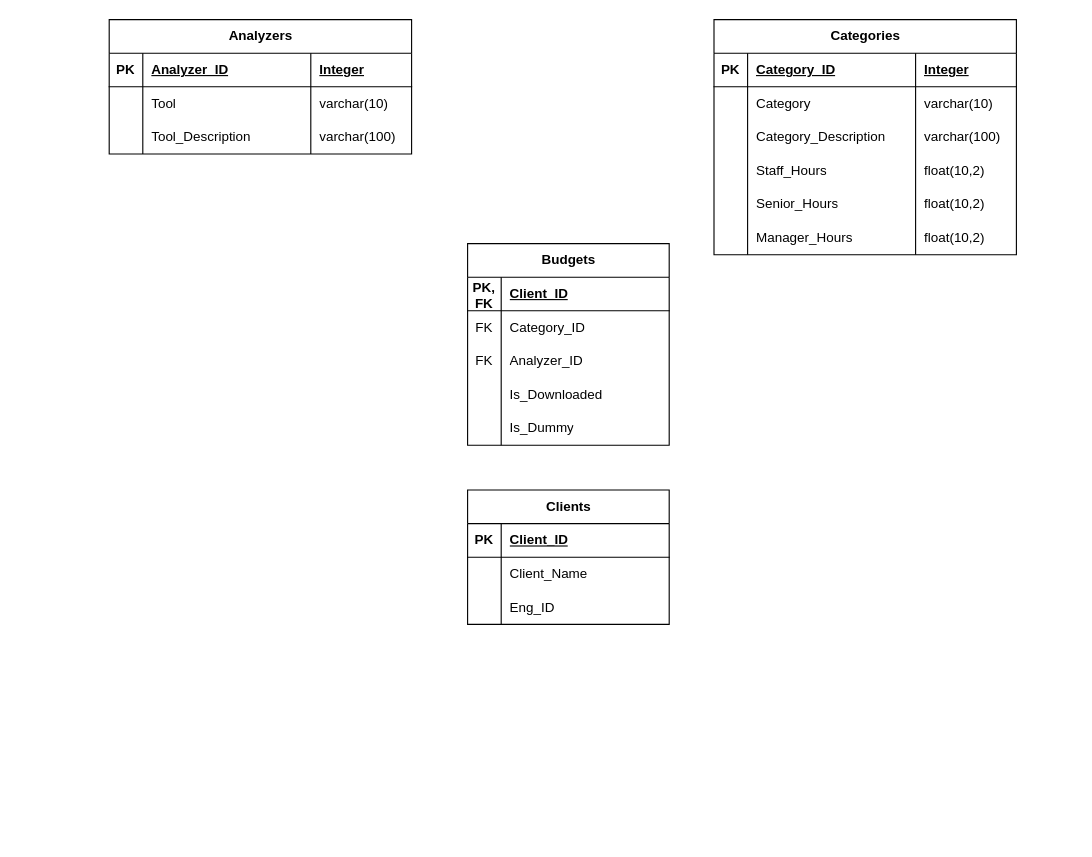
Above: Diagrama sin título.drawio in SultanRS/Client-Budget (draw.io), before the change. Source tidied: cells renumbered, new cells numbered last; positions are measured from the earlier drawing's top-left corner, leaving out a move shared by most shapes. Both pictures are drawn from the tidied source at 112%, with x=0, y=0 at pixel (109, 19).
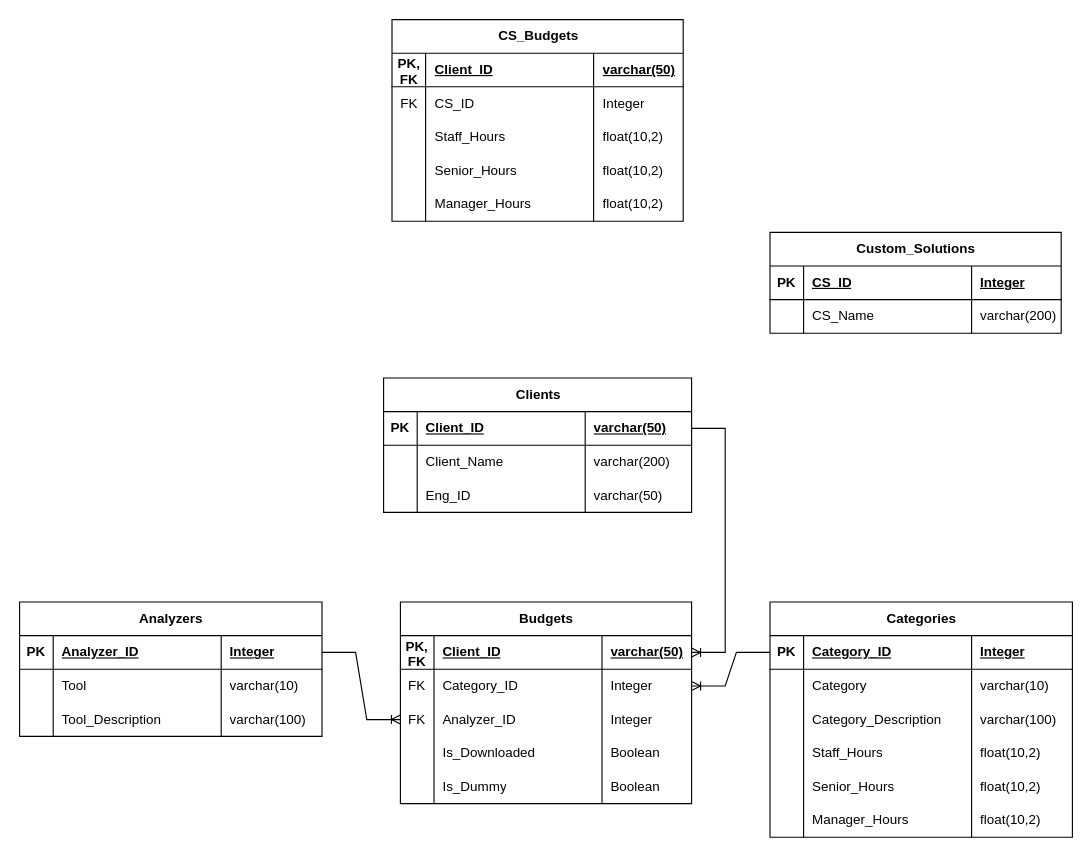
The same page after the edit.

Unchanged cells that the change refers to:
```xml
<mxCell id="13" style="shape=tableRow;horizontal=0;startSize=0;swimlaneHead=0;swimlaneBody=0;fillColor=none;points=[[0,0.5],[1,0.5]];portConstraint=eastwest;top=0;left=0;right=0;bottom=1;" parent="12" vertex="1">
  <mxGeometry y="30" width="270" height="30" as="geometry" />
</mxCell>
<mxCell id="26" style="shape=tableRow;horizontal=0;startSize=0;swimlaneHead=0;swimlaneBody=0;fillColor=none;points=[[0,0.5],[1,0.5]];portConstraint=eastwest;top=0;left=0;right=0;bottom=1;" parent="25" vertex="1">
  <mxGeometry y="30" width="270" height="30" as="geometry" />
</mxCell>
```

Diff of the diagram source:
```diff
@@
     <mxCell id="2" value="Clients" style="shape=table;startSize=30;childLayout=tableLayout;rowLines=0;fontStyle=1;align=center;html=1;" parent="1" vertex="1">
-      <mxGeometry x="320" y="420" width="180" height="120" as="geometry" />
+      <mxGeometry x="245" y="320" width="275" height="120" as="geometry" />
     </mxCell>
     <mxCell id="3" style="shape=tableRow;horizontal=0;startSize=0;swimlaneHead=0;swimlaneBody=0;fillColor=none;points=[[0,0.5],[1,0.5]];portConstraint=eastwest;top=0;left=0;right=0;bottom=1;" parent="2" vertex="1">
-      <mxGeometry y="30" width="180" height="30" as="geometry" />
+      <mxGeometry y="30" width="275" height="30" as="geometry" />
     </mxCell>
@@
+    <mxCell id="66" value="varchar(50)" style="shape=partialRectangle;fillColor=none;top=0;left=0;bottom=0;right=0;align=left;spacingLeft=6;fontStyle=5;overflow=hidden;whiteSpace=wrap;html=1;" parent="3" vertex="1">
+      <mxGeometry x="180" width="95" height="30" as="geometry" />
+    </mxCell>
     <mxCell id="6" style="shape=tableRow;horizontal=0;startSize=0;swimlaneHead=0;swimlaneBody=0;fillColor=none;top=0;left=0;right=0;bottom=0;" parent="2" vertex="1">
-      <mxGeometry y="60" width="180" height="30" as="geometry" />
+      <mxGeometry y="60" width="275" height="30" as="geometry" />
     </mxCell>
@@
+    <mxCell id="67" value="varchar(200)" style="shape=partialRectangle;fillColor=none;top=0;left=0;bottom=0;right=0;align=left;spacingLeft=6;overflow=hidden;whiteSpace=wrap;html=1;" parent="6" vertex="1">
+      <mxGeometry x="180" width="95" height="30" as="geometry" />
+    </mxCell>
     <mxCell id="9" style="shape=tableRow;horizontal=0;startSize=0;swimlaneHead=0;swimlaneBody=0;fillColor=none;top=0;left=0;right=0;bottom=0;" parent="2" vertex="1">
-      <mxGeometry y="90" width="180" height="30" as="geometry" />
+      <mxGeometry y="90" width="275" height="30" as="geometry" />
     </mxCell>
@@
+    <mxCell id="68" value="varchar(50)" style="shape=partialRectangle;fillColor=none;top=0;left=0;bottom=0;right=0;align=left;spacingLeft=6;overflow=hidden;whiteSpace=wrap;html=1;" parent="9" vertex="1">
+      <mxGeometry x="180" width="95" height="30" as="geometry" />
+    </mxCell>
     <mxCell id="12" value="Analyzers" style="shape=table;startSize=30;childLayout=tableLayout;rowLines=0;fontStyle=1;align=center;html=1;" parent="1" vertex="1">
-      <mxGeometry width="270" height="120" as="geometry" />
+      <mxGeometry x="-80" y="520" width="270" height="120" as="geometry" />
     </mxCell>
@@
     <mxCell id="25" value="Categories" style="shape=table;startSize=30;childLayout=tableLayout;rowLines=0;fontStyle=1;align=center;html=1;" parent="1" vertex="1">
-      <mxGeometry x="540" width="270" height="210" as="geometry" />
+      <mxGeometry x="590" y="520" width="270" height="210" as="geometry" />
     </mxCell>
@@
     <mxCell id="50" value="Budgets" style="shape=table;startSize=30;childLayout=tableLayout;rowLines=0;fontStyle=1;align=center;html=1;" parent="1" vertex="1">
-      <mxGeometry x="320" y="200" width="180" height="180" as="geometry" />
+      <mxGeometry x="260" y="520" width="260" height="180" as="geometry" />
     </mxCell>
     <mxCell id="51" style="shape=tableRow;horizontal=0;startSize=0;swimlaneHead=0;swimlaneBody=0;fillColor=none;points=[[0,0.5],[1,0.5]];portConstraint=eastwest;top=0;left=0;right=0;bottom=1;" parent="50" vertex="1">
-      <mxGeometry y="30" width="180" height="30" as="geometry" />
+      <mxGeometry y="30" width="260" height="30" as="geometry" />
     </mxCell>
@@
+    <mxCell id="69" value="varchar(50)" style="shape=partialRectangle;fillColor=none;top=0;left=0;bottom=0;right=0;align=left;spacingLeft=6;fontStyle=5;overflow=hidden;whiteSpace=wrap;html=1;" parent="51" vertex="1">
+      <mxGeometry x="180" width="80" height="30" as="geometry" />
+    </mxCell>
     <mxCell id="54" style="shape=tableRow;horizontal=0;startSize=0;swimlaneHead=0;swimlaneBody=0;fillColor=none;points=[[0,0.5],[1,0.5]];portConstraint=eastwest;top=0;left=0;right=0;bottom=0;" parent="50" vertex="1">
-      <mxGeometry y="60" width="180" height="30" as="geometry" />
+      <mxGeometry y="60" width="260" height="30" as="geometry" />
     </mxCell>
@@
+    <mxCell id="70" value="Integer" style="shape=partialRectangle;fillColor=none;top=0;left=0;bottom=0;right=0;align=left;spacingLeft=6;overflow=hidden;whiteSpace=wrap;html=1;" parent="54" vertex="1">
+      <mxGeometry x="180" width="80" height="30" as="geometry" />
+    </mxCell>
     <mxCell id="57" style="shape=tableRow;horizontal=0;startSize=0;swimlaneHead=0;swimlaneBody=0;fillColor=none;points=[[0,0.5],[1,0.5]];portConstraint=eastwest;top=0;left=0;right=0;bottom=0;" parent="50" vertex="1">
-      <mxGeometry y="90" width="180" height="30" as="geometry" />
+      <mxGeometry y="90" width="260" height="30" as="geometry" />
     </mxCell>
@@
+    <mxCell id="71" value="Integer" style="shape=partialRectangle;fillColor=none;top=0;left=0;bottom=0;right=0;align=left;spacingLeft=6;overflow=hidden;whiteSpace=wrap;html=1;" parent="57" vertex="1">
+      <mxGeometry x="180" width="80" height="30" as="geometry" />
+    </mxCell>
     <mxCell id="60" style="shape=tableRow;horizontal=0;startSize=0;swimlaneHead=0;swimlaneBody=0;fillColor=none;top=0;left=0;right=0;bottom=0;" parent="50" vertex="1">
-      <mxGeometry y="120" width="180" height="30" as="geometry" />
+      <mxGeometry y="120" width="260" height="30" as="geometry" />
     </mxCell>
@@
+    <mxCell id="72" value="Boolean" style="shape=partialRectangle;fillColor=none;top=0;left=0;bottom=0;right=0;align=left;spacingLeft=6;overflow=hidden;whiteSpace=wrap;html=1;" parent="60" vertex="1">
+      <mxGeometry x="180" width="80" height="30" as="geometry" />
+    </mxCell>
     <mxCell id="63" style="shape=tableRow;horizontal=0;startSize=0;swimlaneHead=0;swimlaneBody=0;fillColor=none;top=0;left=0;right=0;bottom=0;" parent="50" vertex="1">
-      <mxGeometry y="150" width="180" height="30" as="geometry" />
+      <mxGeometry y="150" width="260" height="30" as="geometry" />
     </mxCell>
@@
+    <mxCell id="73" value="Boolean" style="shape=partialRectangle;fillColor=none;top=0;left=0;bottom=0;right=0;align=left;spacingLeft=6;overflow=hidden;whiteSpace=wrap;html=1;" parent="63" vertex="1">
+      <mxGeometry x="180" width="80" height="30" as="geometry" />
+    </mxCell>
+    <mxCell id="74" style="edgeStyle=entityRelationEdgeStyle;fontSize=12;html=1;endArrow=ERoneToMany;rounded=0;exitX=1;exitY=0.5;exitDx=0;exitDy=0;entryX=0;entryY=0.5;entryDx=0;entryDy=0;" parent="1" edge="1" source="13" target="57">
+      <mxGeometry relative="1" as="geometry" />
+    </mxCell>
+    <mxCell id="75" style="edgeStyle=entityRelationEdgeStyle;fontSize=12;html=1;endArrow=ERoneToMany;rounded=0;exitX=1;exitY=0.5;exitDx=0;exitDy=0;entryX=1;entryY=0.5;entryDx=0;entryDy=0;" parent="1" edge="1" source="3" target="51">
+      <mxGeometry relative="1" as="geometry" />
+    </mxCell>
+    <mxCell id="76" style="edgeStyle=entityRelationEdgeStyle;fontSize=12;html=1;endArrow=ERoneToMany;rounded=0;exitX=0;exitY=0.5;exitDx=0;exitDy=0;entryX=1;entryY=0.5;entryDx=0;entryDy=0;" parent="1" edge="1" source="26" target="54">
+      <mxGeometry relative="1" as="geometry" />
+    </mxCell>
+    <mxCell id="77" value="Custom_Solutions" style="shape=table;startSize=30;childLayout=tableLayout;rowLines=0;fontStyle=1;align=center;html=1;" parent="1" vertex="1">
+      <mxGeometry x="590" y="190" width="260" height="90" as="geometry" />
+    </mxCell>
+    <mxCell id="78" style="shape=tableRow;horizontal=0;startSize=0;swimlaneHead=0;swimlaneBody=0;fillColor=none;top=0;left=0;right=0;bottom=1;" parent="77" vertex="1">
+      <mxGeometry y="30" width="260" height="30" as="geometry" />
+    </mxCell>
+    <mxCell id="79" value="PK" style="shape=partialRectangle;fillColor=none;top=0;left=0;bottom=0;right=0;fontStyle=1;overflow=hidden;whiteSpace=wrap;html=1;" parent="78" vertex="1">
+      <mxGeometry width="30" height="30" as="geometry" />
+    </mxCell>
+    <mxCell id="80" value="CS_ID" style="shape=partialRectangle;fillColor=none;top=0;left=0;bottom=0;right=0;align=left;spacingLeft=6;fontStyle=5;overflow=hidden;whiteSpace=wrap;html=1;" parent="78" vertex="1">
+      <mxGeometry x="30" width="150" height="30" as="geometry" />
+    </mxCell>
+    <mxCell id="81" value="Integer" style="shape=partialRectangle;fillColor=none;top=0;left=0;bottom=0;right=0;align=left;spacingLeft=6;fontStyle=5;overflow=hidden;whiteSpace=wrap;html=1;" parent="78" vertex="1">
+      <mxGeometry x="180" width="80" height="30" as="geometry" />
+    </mxCell>
+    <mxCell id="82" style="shape=tableRow;horizontal=0;startSize=0;swimlaneHead=0;swimlaneBody=0;fillColor=none;top=0;left=0;right=0;bottom=0;" parent="77" vertex="1">
+      <mxGeometry y="60" width="260" height="30" as="geometry" />
+    </mxCell>
+    <mxCell id="83" style="shape=partialRectangle;fillColor=none;top=0;left=0;bottom=0;right=0;overflow=hidden;whiteSpace=wrap;html=1;" parent="82" vertex="1">
+      <mxGeometry width="30" height="30" as="geometry" />
+    </mxCell>
+    <mxCell id="84" value="CS_Name" style="shape=partialRectangle;fillColor=none;top=0;left=0;bottom=0;right=0;align=left;spacingLeft=6;overflow=hidden;whiteSpace=wrap;html=1;" parent="82" vertex="1">
+      <mxGeometry x="30" width="150" height="30" as="geometry" />
+    </mxCell>
+    <mxCell id="85" value="varchar(200)" style="shape=partialRectangle;fillColor=none;top=0;left=0;bottom=0;right=0;align=left;spacingLeft=6;overflow=hidden;whiteSpace=wrap;html=1;" parent="82" vertex="1">
+      <mxGeometry x="180" width="80" height="30" as="geometry" />
+    </mxCell>
+    <mxCell id="86" value="CS_Budgets" style="shape=table;startSize=30;childLayout=tableLayout;rowLines=0;fontStyle=1;align=center;html=1;" parent="1" vertex="1">
+      <mxGeometry x="252.5" width="260" height="180" as="geometry" />
+    </mxCell>
+    <mxCell id="87" style="shape=tableRow;horizontal=0;startSize=0;swimlaneHead=0;swimlaneBody=0;fillColor=none;top=0;left=0;right=0;bottom=1;" parent="86" vertex="1">
+      <mxGeometry y="30" width="260" height="30" as="geometry" />
+    </mxCell>
+    <mxCell id="88" value="PK, FK" style="shape=partialRectangle;fillColor=none;top=0;left=0;bottom=0;right=0;fontStyle=1;overflow=hidden;whiteSpace=wrap;html=1;" parent="87" vertex="1">
+      <mxGeometry width="30" height="30" as="geometry" />
+    </mxCell>
+    <mxCell id="89" value="Client_ID" style="shape=partialRectangle;fillColor=none;top=0;left=0;bottom=0;right=0;align=left;spacingLeft=6;fontStyle=5;overflow=hidden;whiteSpace=wrap;html=1;" parent="87" vertex="1">
+      <mxGeometry x="30" width="150" height="30" as="geometry" />
+    </mxCell>
+    <mxCell id="90" value="varchar(50)" style="shape=partialRectangle;fillColor=none;top=0;left=0;bottom=0;right=0;align=left;spacingLeft=6;fontStyle=5;overflow=hidden;whiteSpace=wrap;html=1;" parent="87" vertex="1">
+      <mxGeometry x="180" width="80" height="30" as="geometry" />
+    </mxCell>
+    <mxCell id="91" style="shape=tableRow;horizontal=0;startSize=0;swimlaneHead=0;swimlaneBody=0;fillColor=none;top=0;left=0;right=0;bottom=0;" parent="86" vertex="1">
+      <mxGeometry y="60" width="260" height="30" as="geometry" />
+    </mxCell>
+    <mxCell id="92" value="FK" style="shape=partialRectangle;fillColor=none;top=0;left=0;bottom=0;right=0;overflow=hidden;whiteSpace=wrap;html=1;" parent="91" vertex="1">
+      <mxGeometry width="30" height="30" as="geometry" />
+    </mxCell>
+    <mxCell id="93" value="CS_ID" style="shape=partialRectangle;fillColor=none;top=0;left=0;bottom=0;right=0;align=left;spacingLeft=6;overflow=hidden;whiteSpace=wrap;html=1;" parent="91" vertex="1">
+      <mxGeometry x="30" width="150" height="30" as="geometry" />
+    </mxCell>
+    <mxCell id="94" value="Integer" style="shape=partialRectangle;fillColor=none;top=0;left=0;bottom=0;right=0;align=left;spacingLeft=6;overflow=hidden;whiteSpace=wrap;html=1;" parent="91" vertex="1">
+      <mxGeometry x="180" width="80" height="30" as="geometry" />
+    </mxCell>
+    <mxCell id="95" style="shape=tableRow;horizontal=0;startSize=0;swimlaneHead=0;swimlaneBody=0;fillColor=none;top=0;left=0;right=0;bottom=0;" parent="86" vertex="1">
+      <mxGeometry y="90" width="260" height="30" as="geometry" />
+    </mxCell>
+    <mxCell id="96" style="shape=partialRectangle;fillColor=none;top=0;left=0;bottom=0;right=0;overflow=hidden;whiteSpace=wrap;html=1;" parent="95" vertex="1">
+      <mxGeometry width="30" height="30" as="geometry" />
+    </mxCell>
+    <mxCell id="97" value="Staff_Hours" style="shape=partialRectangle;fillColor=none;top=0;left=0;bottom=0;right=0;align=left;spacingLeft=6;overflow=hidden;whiteSpace=wrap;html=1;" parent="95" vertex="1">
+      <mxGeometry x="30" width="150" height="30" as="geometry" />
+    </mxCell>
+    <mxCell id="98" value="float(10,2)" style="shape=partialRectangle;fillColor=none;top=0;left=0;bottom=0;right=0;align=left;spacingLeft=6;overflow=hidden;whiteSpace=wrap;html=1;" parent="95" vertex="1">
+      <mxGeometry x="180" width="80" height="30" as="geometry" />
+    </mxCell>
+    <mxCell id="99" style="shape=tableRow;horizontal=0;startSize=0;swimlaneHead=0;swimlaneBody=0;fillColor=none;top=0;left=0;right=0;bottom=0;" parent="86" vertex="1">
+      <mxGeometry y="120" width="260" height="30" as="geometry" />
+    </mxCell>
+    <mxCell id="100" style="shape=partialRectangle;fillColor=none;top=0;left=0;bottom=0;right=0;overflow=hidden;whiteSpace=wrap;html=1;" parent="99" vertex="1">
+      <mxGeometry width="30" height="30" as="geometry" />
+    </mxCell>
+    <mxCell id="101" value="Senior_Hours" style="shape=partialRectangle;fillColor=none;top=0;left=0;bottom=0;right=0;align=left;spacingLeft=6;overflow=hidden;whiteSpace=wrap;html=1;" parent="99" vertex="1">
+      <mxGeometry x="30" width="150" height="30" as="geometry" />
+    </mxCell>
+    <mxCell id="102" value="float(10,2)" style="shape=partialRectangle;fillColor=none;top=0;left=0;bottom=0;right=0;align=left;spacingLeft=6;overflow=hidden;whiteSpace=wrap;html=1;" parent="99" vertex="1">
+      <mxGeometry x="180" width="80" height="30" as="geometry" />
+    </mxCell>
+    <mxCell id="103" style="shape=tableRow;horizontal=0;startSize=0;swimlaneHead=0;swimlaneBody=0;fillColor=none;top=0;left=0;right=0;bottom=0;" parent="86" vertex="1">
+      <mxGeometry y="150" width="260" height="30" as="geometry" />
+    </mxCell>
+    <mxCell id="104" style="shape=partialRectangle;fillColor=none;top=0;left=0;bottom=0;right=0;overflow=hidden;whiteSpace=wrap;html=1;" parent="103" vertex="1">
+      <mxGeometry width="30" height="30" as="geometry" />
+    </mxCell>
+    <mxCell id="105" value="Manager_Hours" style="shape=partialRectangle;fillColor=none;top=0;left=0;bottom=0;right=0;align=left;spacingLeft=6;overflow=hidden;whiteSpace=wrap;html=1;" parent="103" vertex="1">
+      <mxGeometry x="30" width="150" height="30" as="geometry" />
+    </mxCell>
+    <mxCell id="106" value="float(10,2)" style="shape=partialRectangle;fillColor=none;top=0;left=0;bottom=0;right=0;align=left;spacingLeft=6;overflow=hidden;whiteSpace=wrap;html=1;" parent="103" vertex="1">
+      <mxGeometry x="180" width="80" height="30" as="geometry" />
+    </mxCell>
```
